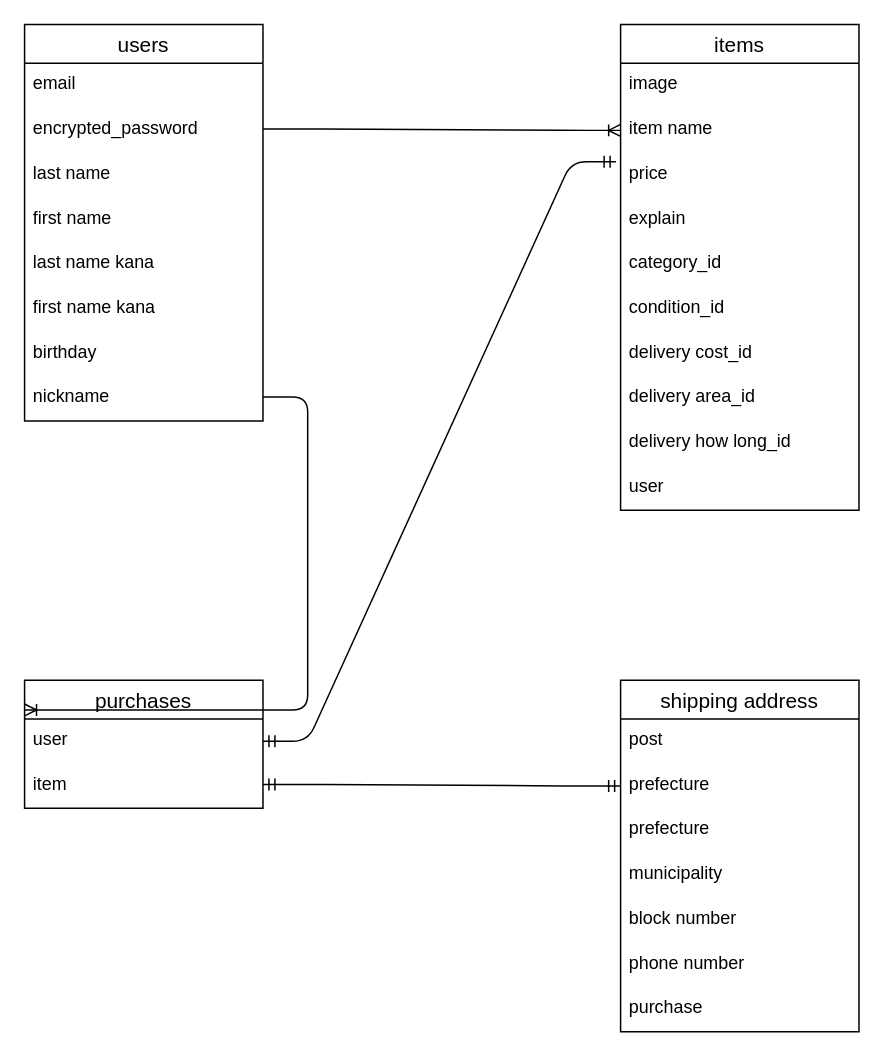
Earlier version of the draw.io diagram test.dio (KUNIHIKO-MIZUNO/furima-32102). Source tidied: cells renumbered, new cells numbered last; positions are measured from the earlier drawing's top-left corner, leaving out a move shared by most shapes. Both pictures are drawn from the tidied source at 149%, with x=0, y=0 at pixel (24, 24).
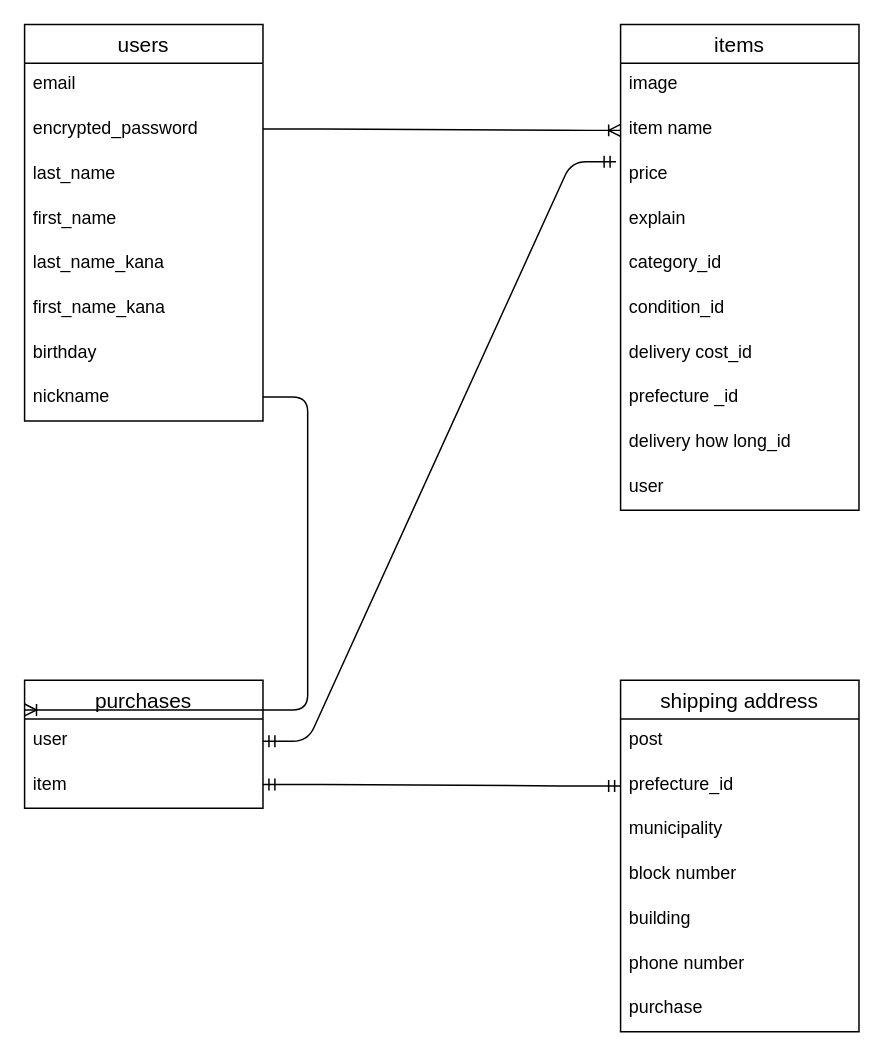
Above is the later version.

Commit message (it also covers changes not shown here):
ER図　READEME　修正1

The change refers to these unchanged cells:
```xml
<mxCell id="2" value="items" style="swimlane;fontStyle=0;horizontal=1;startSize=26;align=center;fontSize=14;" parent="1" vertex="1">
  <mxGeometry x="400" width="160" height="326" as="geometry" />
</mxCell>
<mxCell id="13" value="users" style="swimlane;fontStyle=0;horizontal=1;startSize=26;align=center;fontSize=14;" parent="1" vertex="1">
  <mxGeometry width="160" height="266" as="geometry" />
</mxCell>
<mxCell id="26" value="shipping address" style="swimlane;fontStyle=0;horizontal=1;startSize=26;align=center;fontSize=14;" parent="1" vertex="1">
  <mxGeometry x="400" y="440" width="160" height="236" as="geometry" />
</mxCell>
```

Diff of the diagram source:
```diff
@@
-    <mxCell id="10" value="delivery area_id" style="text;strokeColor=none;fillColor=none;spacingLeft=4;spacingRight=4;overflow=hidden;fontSize=12;" parent="2" vertex="1">
+    <mxCell id="10" value="prefecture _id" style="text;strokeColor=none;fillColor=none;spacingLeft=4;spacingRight=4;overflow=hidden;fontSize=12;" parent="2" vertex="1">
       <mxGeometry y="236" width="160" height="30" as="geometry" />
     </mxCell>
@@
-    <mxCell id="16" value="last name" style="text;strokeColor=none;fillColor=none;spacingLeft=4;spacingRight=4;overflow=hidden;fontSize=12;" parent="13" vertex="1">
+    <mxCell id="16" value="last_name" style="text;strokeColor=none;fillColor=none;spacingLeft=4;spacingRight=4;overflow=hidden;fontSize=12;" parent="13" vertex="1">
       <mxGeometry y="86" width="160" height="30" as="geometry" />
     </mxCell>
-    <mxCell id="17" value="first name" style="text;strokeColor=none;fillColor=none;spacingLeft=4;spacingRight=4;overflow=hidden;fontSize=12;" parent="13" vertex="1">
+    <mxCell id="17" value="first_name" style="text;strokeColor=none;fillColor=none;spacingLeft=4;spacingRight=4;overflow=hidden;fontSize=12;" parent="13" vertex="1">
       <mxGeometry y="116" width="160" height="30" as="geometry" />
     </mxCell>
-    <mxCell id="18" value="last name kana" style="text;strokeColor=none;fillColor=none;spacingLeft=4;spacingRight=4;overflow=hidden;fontSize=12;" parent="13" vertex="1">
+    <mxCell id="18" value="last_name_kana" style="text;strokeColor=none;fillColor=none;spacingLeft=4;spacingRight=4;overflow=hidden;fontSize=12;" parent="13" vertex="1">
       <mxGeometry y="146" width="160" height="30" as="geometry" />
     </mxCell>
-    <mxCell id="19" value="first name kana" style="text;strokeColor=none;fillColor=none;spacingLeft=4;spacingRight=4;overflow=hidden;fontSize=12;" parent="13" vertex="1">
+    <mxCell id="19" value="first_name_kana" style="text;strokeColor=none;fillColor=none;spacingLeft=4;spacingRight=4;overflow=hidden;fontSize=12;" parent="13" vertex="1">
       <mxGeometry y="176" width="160" height="30" as="geometry" />
     </mxCell>
@@
-    <mxCell id="28" value="prefecture" style="text;strokeColor=none;fillColor=none;spacingLeft=4;spacingRight=4;overflow=hidden;points=[[0,0.5],[1,0.5]];portConstraint=eastwest;fontSize=12;" parent="26" vertex="1">
-      <mxGeometry y="56" width="160" height="30" as="geometry" />
-    </mxCell>
-    <mxCell id="29" value="prefecture" style="text;strokeColor=none;fillColor=none;spacingLeft=4;spacingRight=4;overflow=hidden;fontSize=12;" parent="26" vertex="1">
-      <mxGeometry y="86" width="160" height="30" as="geometry" />
+    <mxCell id="29" value="prefecture_id" style="text;strokeColor=none;fillColor=none;spacingLeft=4;spacingRight=4;overflow=hidden;fontSize=12;" parent="26" vertex="1">
+      <mxGeometry y="56" width="160" height="30" as="geometry" />
     </mxCell>
     <mxCell id="30" value="municipality" style="text;strokeColor=none;fillColor=none;spacingLeft=4;spacingRight=4;overflow=hidden;fontSize=12;" parent="26" vertex="1">
-      <mxGeometry y="116" width="160" height="30" as="geometry" />
+      <mxGeometry y="86" width="160" height="30" as="geometry" />
     </mxCell>
     <mxCell id="31" value="block number " style="text;strokeColor=none;fillColor=none;spacingLeft=4;spacingRight=4;overflow=hidden;fontSize=12;" parent="26" vertex="1">
-      <mxGeometry y="146" width="160" height="30" as="geometry" />
+      <mxGeometry y="116" width="160" height="30" as="geometry" />
     </mxCell>
+    <mxCell id="37" value="building" style="text;strokeColor=none;fillColor=none;spacingLeft=4;spacingRight=4;overflow=hidden;fontSize=12;" parent="26" vertex="1">
+      <mxGeometry y="146" width="160" height="30" as="geometry" />
+    </mxCell>
@@
-    <mxCell id="36" style="edgeStyle=entityRelationEdgeStyle;fontSize=12;html=1;endArrow=ERmandOne;startArrow=ERmandOne;entryX=0;entryY=0.5;entryDx=0;entryDy=0;" parent="1" edge="1" target="28">
+    <mxCell id="36" style="edgeStyle=entityRelationEdgeStyle;fontSize=12;html=1;endArrow=ERmandOne;startArrow=ERmandOne;entryX=0;entryY=0.5;entryDx=0;entryDy=0;" parent="1" edge="1">
       <mxGeometry relative="1" as="geometry">
         <mxPoint x="160" y="510" as="sourcePoint" />
+        <mxPoint x="400" y="511" as="targetPoint" />
       </mxGeometry>
     </mxCell>
```
